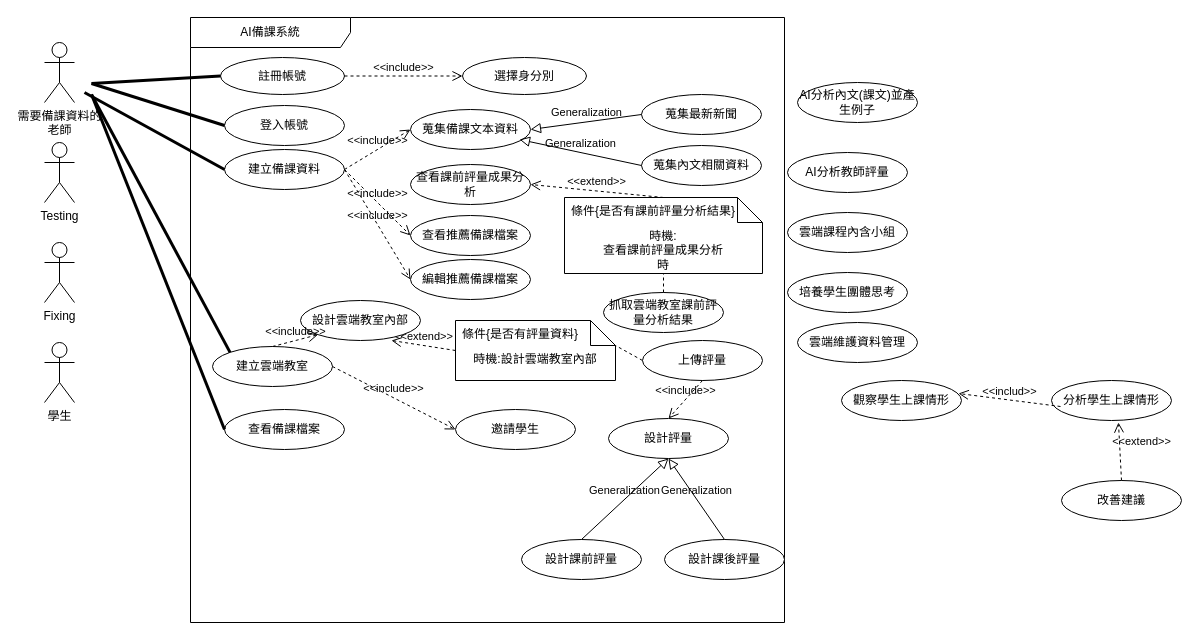
The draw.io diagram page "第 1 页" (1 of 2) of 顧客關係圖.drawio in Kevincheng0804/System-analysis, before the edit. Source tidied: cells renumbered, new cells numbered last; positions are measured from the earlier drawing's top-left corner, leaving out a move shared by most shapes. Both pictures are drawn from the tidied source at 100%, with x=0, y=0 at pixel (44, 17).
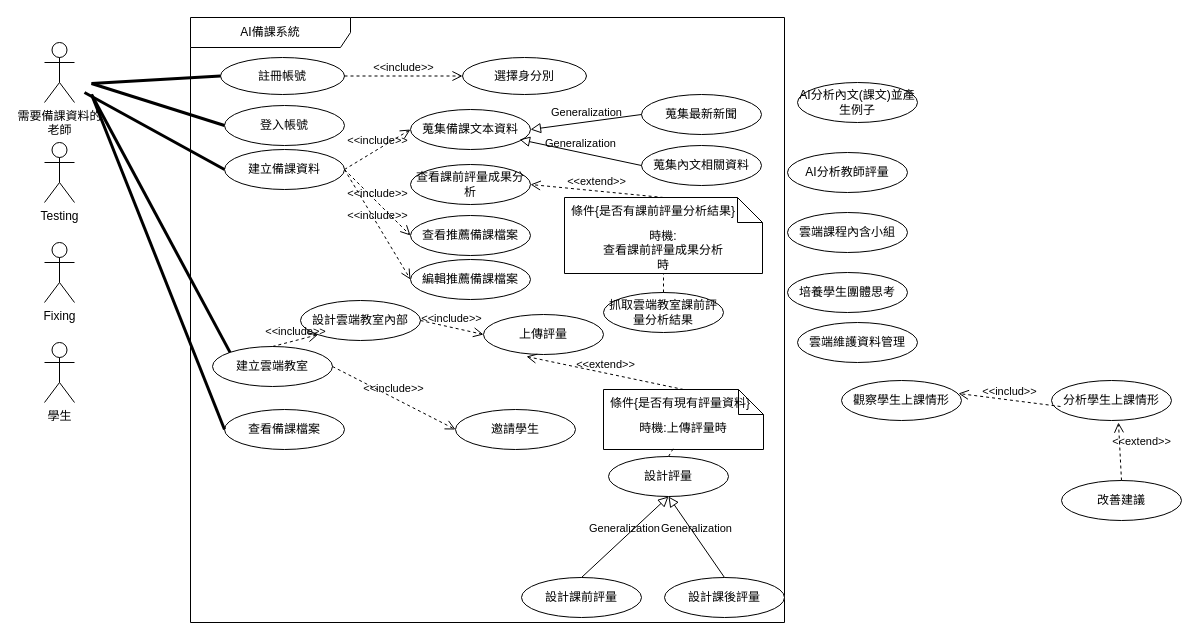
Above is the later version.

Unchanged cells that the change refers to:
```xml
<mxCell id="5" value="AI備課系統" style="shape=umlFrame;whiteSpace=wrap;html=1;width=160;" parent="1" vertex="1">
  <mxGeometry x="146" width="594" height="605" as="geometry" />
</mxCell>
<mxCell id="44" value="設計雲端教室內部" style="ellipse;html=1;whiteSpace=wrap;" parent="5" vertex="1">
  <mxGeometry x="110" y="283" width="120" height="40" as="geometry" />
</mxCell>
```

Change to the diagram source:
```diff
@@
     <mxCell id="28" value="設計評量" style="ellipse;html=1;whiteSpace=wrap;" parent="5" vertex="1">
-      <mxGeometry x="418" y="401" width="120" height="40" as="geometry" />
+      <mxGeometry x="418" y="439" width="120" height="40" as="geometry" />
     </mxCell>
     <mxCell id="29" value="設計課前評量" style="ellipse;html=1;whiteSpace=wrap;" parent="5" vertex="1">
-      <mxGeometry x="331" y="522" width="120" height="40" as="geometry" />
+      <mxGeometry x="331" y="560" width="120" height="40" as="geometry" />
     </mxCell>
     <mxCell id="30" value="設計課後評量" style="ellipse;html=1;whiteSpace=wrap;" parent="5" vertex="1">
-      <mxGeometry x="474" y="522" width="120" height="40" as="geometry" />
+      <mxGeometry x="474" y="560" width="120" height="40" as="geometry" />
     </mxCell>
@@
-    <mxCell id="35" value="&amp;lt;&amp;lt;extend&amp;gt;&amp;gt;" style="endArrow=open;startArrow=none;endFill=0;startFill=0;endSize=8;html=1;verticalAlign=bottom;dashed=1;labelBackgroundColor=none;rounded=0;exitX=0;exitY=0.5;exitDx=0;exitDy=0;exitPerimeter=0;entryX=0.758;entryY=1;entryDx=0;entryDy=0;entryPerimeter=0;" parent="5" edge="1" source="36" target="44">
-      <mxGeometry relative="1" as="geometry" />
-    </mxCell>
-    <mxCell id="36" value="時機:設計雲端教室內部" style="shape=note2;boundedLbl=1;whiteSpace=wrap;html=1;size=25;verticalAlign=top;align=center;" parent="5" vertex="1">
-      <mxGeometry x="265" y="303" width="160" height="60" as="geometry" />
-    </mxCell>
-    <mxCell id="37" value="條件{是否有評量資料}" style="strokeColor=none;fillColor=none;align=left;spacingLeft=5;" parent="36" vertex="1">
-      <mxGeometry width="160" height="25" relative="1" as="geometry" />
-    </mxCell>
-    <mxCell id="38" style="endArrow=none;startArrow=none;endFill=0;startFill=0;endSize=8;html=1;verticalAlign=bottom;dashed=1;labelBackgroundColor=none;rounded=0;exitX=0;exitY=0.5;exitDx=0;exitDy=0;entryX=1;entryY=1;entryDx=0;entryDy=0;" parent="5" edge="1" source="39" target="37">
-      <mxGeometry relative="1" as="geometry" />
-    </mxCell>
     <mxCell id="39" value="上傳評量" style="ellipse;html=1;whiteSpace=wrap;" parent="5" vertex="1">
-      <mxGeometry x="452" y="323" width="120" height="40" as="geometry" />
+      <mxGeometry x="293" y="297" width="120" height="40" as="geometry" />
     </mxCell>
@@
-    <mxCell id="42" value="&amp;lt;&amp;lt;include&amp;gt;&amp;gt;" style="endArrow=open;startArrow=none;endFill=0;startFill=0;endSize=8;html=1;verticalAlign=bottom;dashed=1;labelBackgroundColor=none;rounded=0;exitX=0.5;exitY=1;exitDx=0;exitDy=0;entryX=0.5;entryY=0;entryDx=0;entryDy=0;" parent="5" edge="1" source="39" target="28">
-      <mxGeometry relative="1" as="geometry" />
-    </mxCell>
@@
+    <mxCell id="64" value="時機:上傳評量時" style="shape=note2;boundedLbl=1;whiteSpace=wrap;html=1;size=25;verticalAlign=top;align=center;" parent="5" vertex="1">
+      <mxGeometry x="413" y="372" width="160" height="60" as="geometry" />
+    </mxCell>
+    <mxCell id="65" value="條件{是否有現有評量資料}" style="strokeColor=none;fillColor=none;align=left;spacingLeft=5;" parent="64" vertex="1">
+      <mxGeometry width="160" height="25" relative="1" as="geometry" />
+    </mxCell>
+    <mxCell id="66" style="endArrow=none;startArrow=none;endFill=0;startFill=0;endSize=8;html=1;verticalAlign=bottom;dashed=1;labelBackgroundColor=none;rounded=0;exitX=0.5;exitY=0;exitDx=0;exitDy=0;" parent="5" edge="1" source="28">
+      <mxGeometry relative="1" as="geometry">
+        <mxPoint x="484" y="429" as="targetPoint" />
+      </mxGeometry>
+    </mxCell>
+    <mxCell id="35" value="&amp;lt;&amp;lt;extend&amp;gt;&amp;gt;" style="endArrow=open;startArrow=none;endFill=0;startFill=0;endSize=8;html=1;verticalAlign=bottom;dashed=1;labelBackgroundColor=none;rounded=0;exitX=0.5;exitY=0;exitDx=0;exitDy=0;entryX=0.358;entryY=1.05;entryDx=0;entryDy=0;entryPerimeter=0;" parent="5" edge="1" source="65" target="39">
+      <mxGeometry relative="1" as="geometry" />
+    </mxCell>
+    <mxCell id="42" value="&amp;lt;&amp;lt;include&amp;gt;&amp;gt;" style="endArrow=open;startArrow=none;endFill=0;startFill=0;endSize=8;html=1;verticalAlign=bottom;dashed=1;labelBackgroundColor=none;rounded=0;exitX=1;exitY=0.5;exitDx=0;exitDy=0;entryX=0;entryY=0.5;entryDx=0;entryDy=0;" parent="5" edge="1" source="44" target="39">
+      <mxGeometry relative="1" as="geometry" />
+    </mxCell>
```
